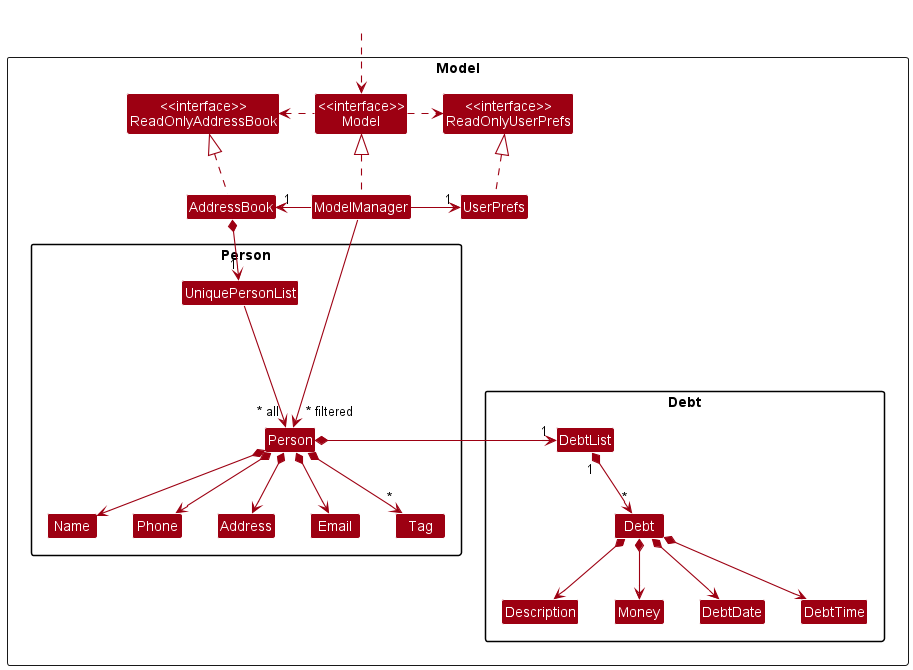
Above: docs/images/ModelClassDiagram.png in nus-cs2103-AY2223S1/tp (PlantUML), before the change.
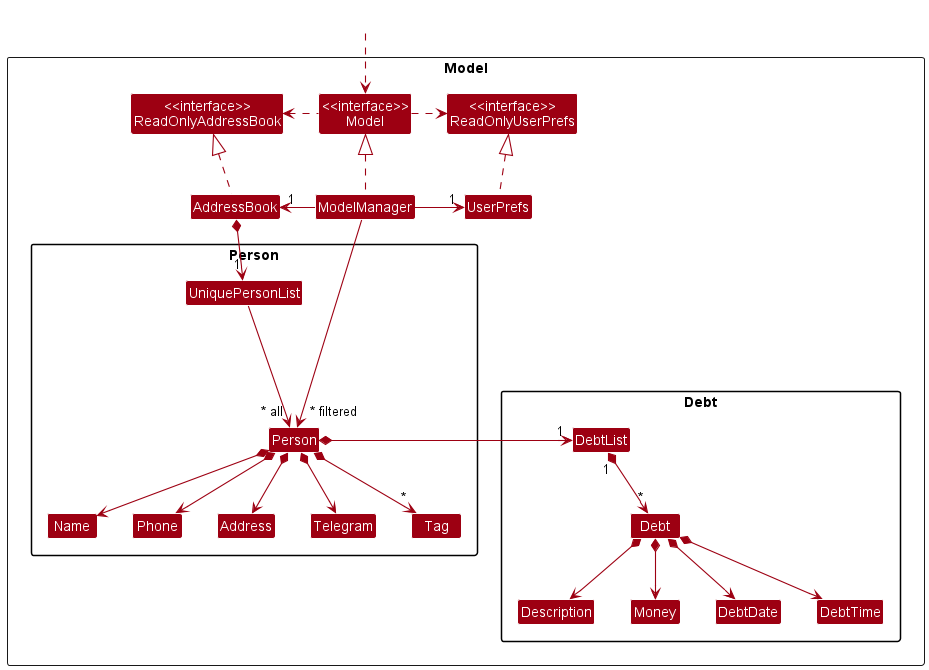
The same file after the commit.

Commit message:
Update model component and storage component diagrams

What changed in the source:
```diff
@@ -16,7 +16,7 @@
     Class UniquePersonList
     Class Person
     Class Address
-    Class Email
+    Class Telegram
     Class Name
     Class Phone
     Class Tag
@@ -51,14 +51,14 @@
 UniquePersonList ---> "~* all" Person
 Person *--> Name
 Person *--> Phone
-Person *--> Email
+Person *--> Telegram
 Person *--> Address
 Person *--> "*" Tag
 Person *-right-> "1" DebtList
 
 Name -[hidden]right-> Phone
 Phone -[hidden]right-> Address
-Address -[hidden]right-> Email
+Address -[hidden]right-> Telegram
 
 DebtList "1" *--> "*" Debt
 Debt *--> Description
```
